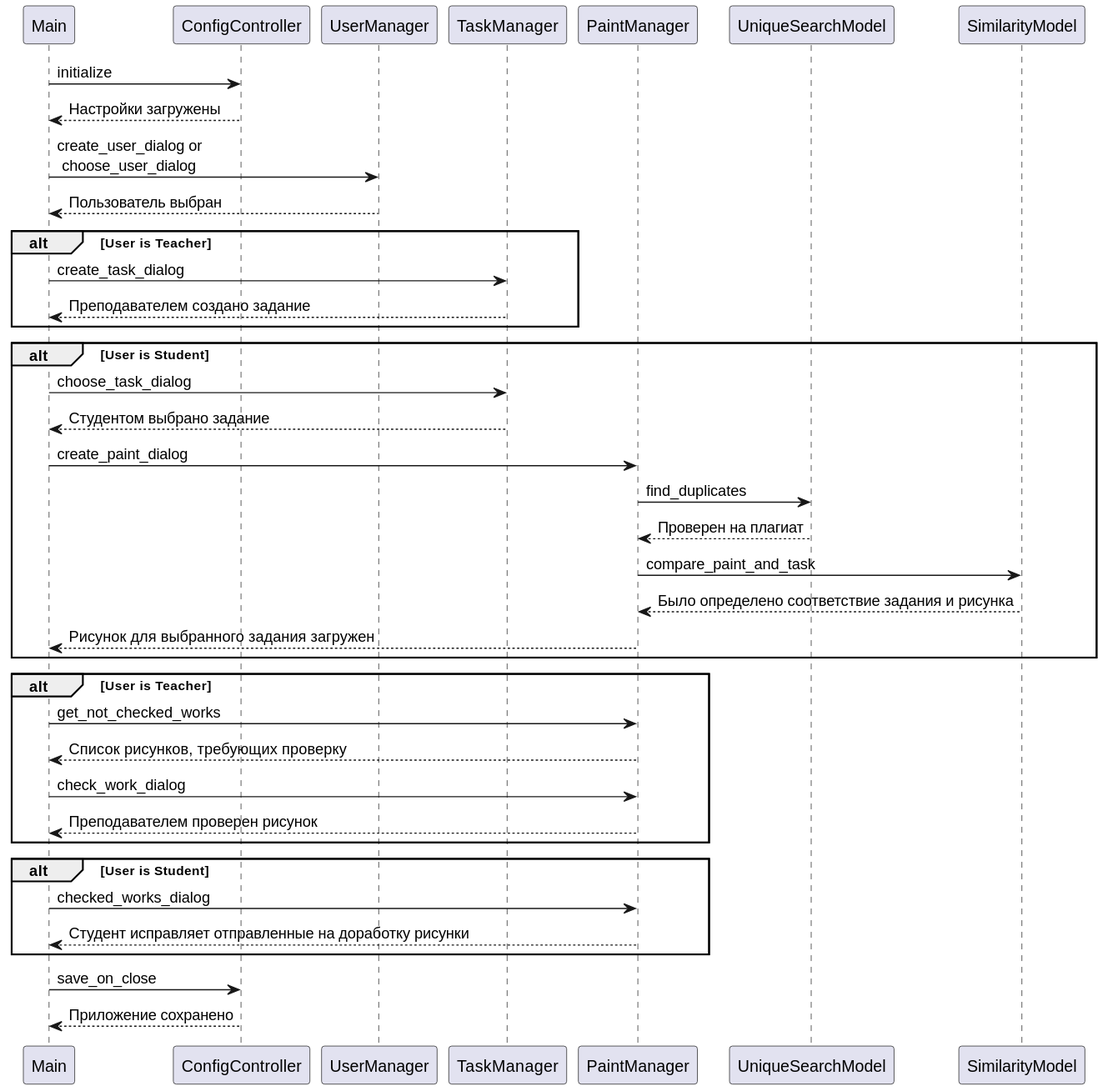
The PlantUML diagram docs/sequence-diagram.svg in lruns/draw-learning-helper, before a commit. Its diagram source:
```plantuml
@startuml
Main -> ConfigController: initialize
ConfigController --> Main: Настройки загружены
Main -> UserManager: create_user_dialog or\n choose_user_dialog
UserManager --> Main: Пользователь выбран

alt User is Teacher
    Main -> TaskManager: create_task_dialog
    TaskManager --> Main: Преподавателем создано задание
end
alt User is Student
    Main -> TaskManager: choose_task_dialog
    TaskManager --> Main: Студентом выбрано задание
    Main -> PaintManager: create_paint_dialog
    PaintManager -> UniqueSearchModel: find_duplicates
    UniqueSearchModel --> PaintManager: Проверен на плагиат
    PaintManager -> SimilarityModel: compare_paint_and_task
    SimilarityModel --> PaintManager: Было определено соответствие задания и рисунка
    PaintManager --> Main: Рисунок для выбранного задания загружен
end
alt User is Teacher
    Main -> PaintManager: get_not_checked_works
    PaintManager --> Main: Список рисунков, требующих проверку
    Main -> PaintManager: check_work_dialog
    PaintManager --> Main: Преподавателем проверен рисунок
end
alt User is Student
    Main -> PaintManager: checked_works_dialog
    PaintManager --> Main: Студент исправляет отправленные на доработку рисунки
end
Main -> ConfigController: save_on_close
ConfigController --> Main: Приложение сохранено
@enduml
```
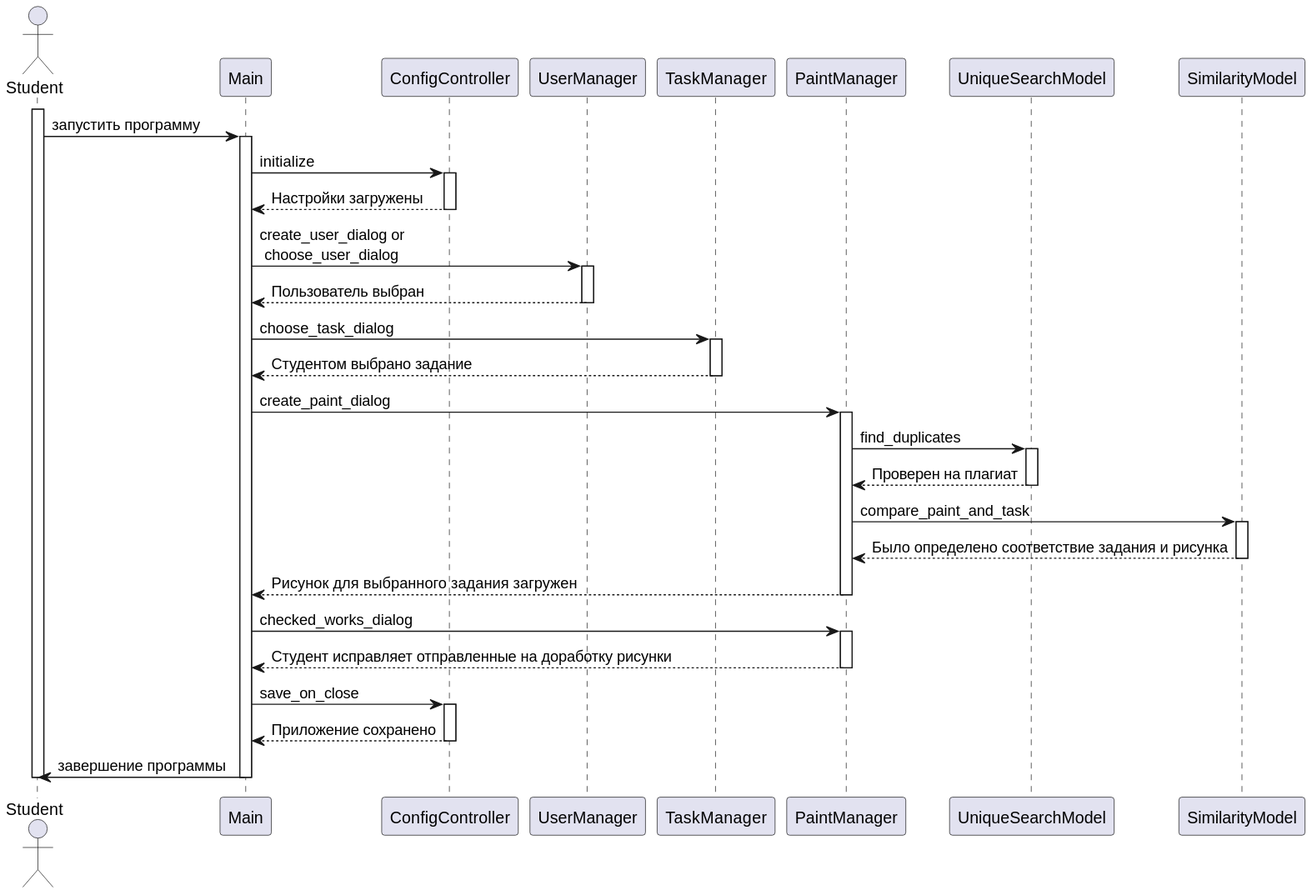
After the commit.

Diff of the diagram source:
```diff
@@ -1,33 +1,41 @@
 @startuml
+actor Student
+activate Student
+Student -> Main: запустить программу
+activate Main
 Main -> ConfigController: initialize
+activate ConfigController
 ConfigController --> Main: Настройки загружены
+deactivate ConfigController
 Main -> UserManager: create_user_dialog or\n choose_user_dialog
+activate UserManager
 UserManager --> Main: Пользователь выбран
-
-alt User is Teacher
-    Main -> TaskManager: create_task_dialog
-    TaskManager --> Main: Преподавателем создано задание
-end
-alt User is Student
-    Main -> TaskManager: choose_task_dialog
-    TaskManager --> Main: Студентом выбрано задание
-    Main -> PaintManager: create_paint_dialog
-    PaintManager -> UniqueSearchModel: find_duplicates
-    UniqueSearchModel --> PaintManager: Проверен на плагиат
-    PaintManager -> SimilarityModel: compare_paint_and_task
-    SimilarityModel --> PaintManager: Было определено соответствие задания и рисунка
-    PaintManager --> Main: Рисунок для выбранного задания загружен
-end
-alt User is Teacher
-    Main -> PaintManager: get_not_checked_works
-    PaintManager --> Main: Список рисунков, требующих проверку
-    Main -> PaintManager: check_work_dialog
-    PaintManager --> Main: Преподавателем проверен рисунок
-end
-alt User is Student
-    Main -> PaintManager: checked_works_dialog
-    PaintManager --> Main: Студент исправляет отправленные на доработку рисунки
-end
+deactivate UserManager
+Main -> TaskManager: choose_task_dialog
+activate TaskManager
+TaskManager --> Main: Студентом выбрано задание
+deactivate TaskManager
+Main -> PaintManager: create_paint_dialog
+activate PaintManager
+PaintManager -> UniqueSearchModel: find_duplicates
+activate UniqueSearchModel
+UniqueSearchModel --> PaintManager: Проверен на плагиат
+deactivate UniqueSearchModel
+PaintManager -> SimilarityModel: compare_paint_and_task
+activate SimilarityModel
+SimilarityModel --> PaintManager: Было определено соответствие задания и рисунка
+deactivate SimilarityModel
+PaintManager --> Main: Рисунок для выбранного задания загружен
+deactivate PaintManager
+Main -> PaintManager: checked_works_dialog
+activate PaintManager
+PaintManager --> Main: Студент исправляет отправленные на доработку рисунки
+deactivate PaintManager
 Main -> ConfigController: save_on_close
+activate ConfigController
 ConfigController --> Main: Приложение сохранено
+deactivate ConfigController
+Student <- Main: завершение программы
+deactivate Main
+deactivate Student
 @enduml
```
